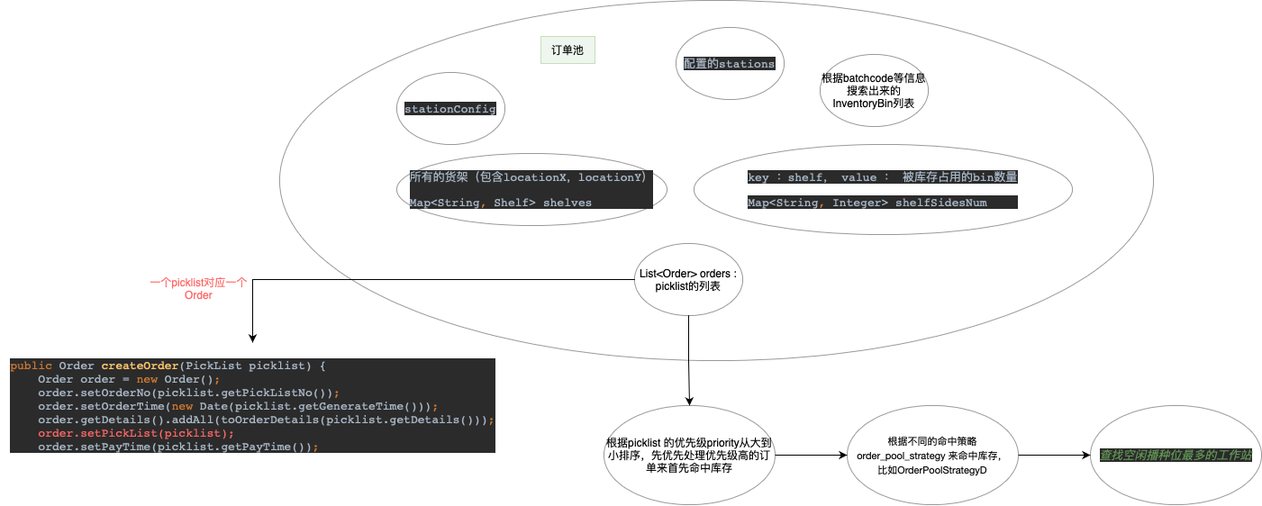
Earlier version of the draw.io export 订单池-命中库存.drawio.png (cong666/flow-chart). Source tidied: cells renumbered, new cells last; positions are measured from the earlier drawing's top-left corner, leaving out a move shared by most shapes.
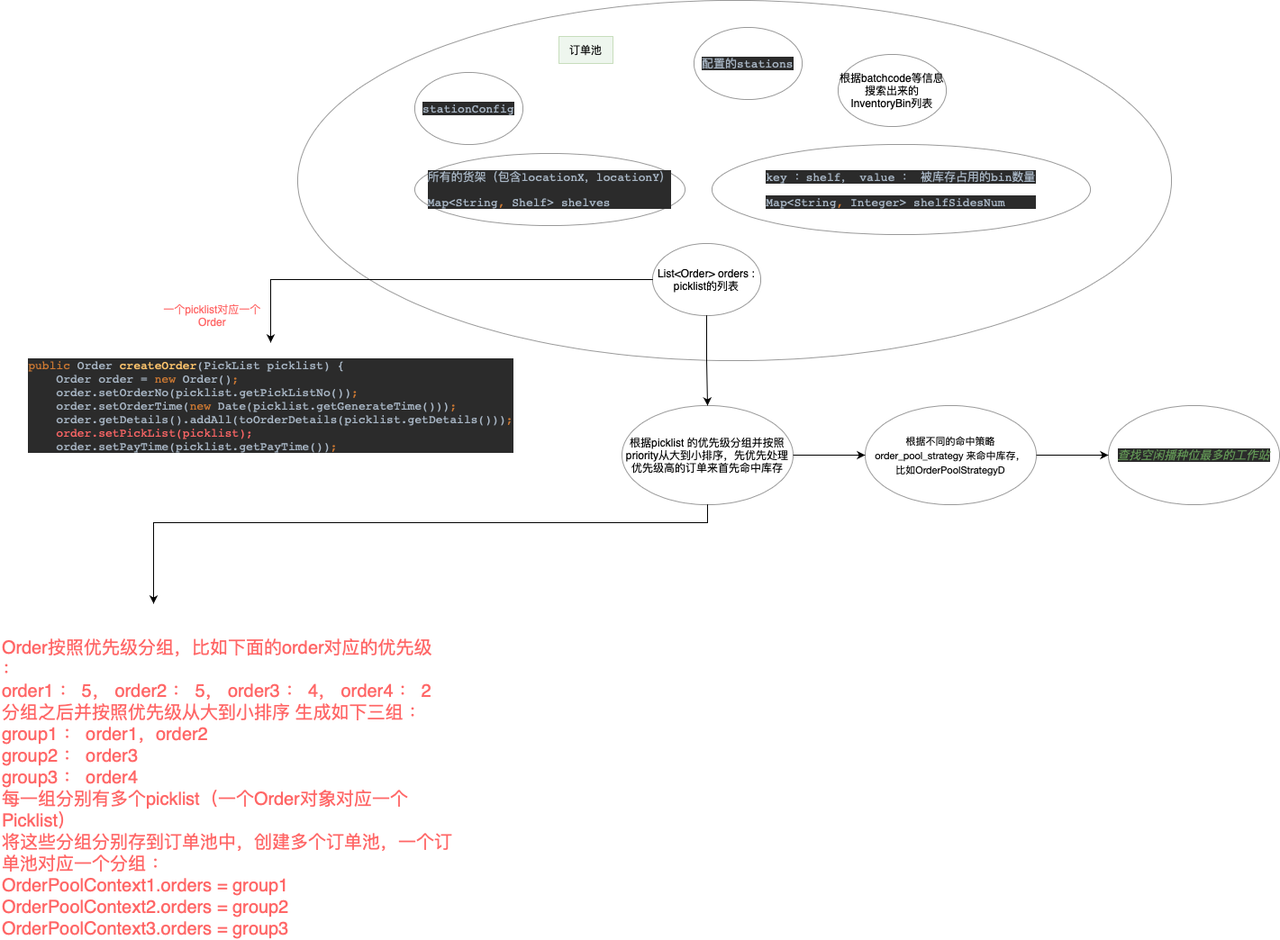
Later version of the same file.

Commit message:
更新订单池-命中库存.drawio.png

What changed in the source:
```diff
@@ -35,7 +35,16 @@
     <mxCell id="12" style="edgeStyle=orthogonalEdgeStyle;rounded=0;jettySize=auto;html=1;" parent="1" edge="1" source="13" target="15">
       <mxGeometry relative="1" as="geometry" />
     </mxCell>
+    <mxCell id="19" style="edgeStyle=orthogonalEdgeStyle;rounded=0;jettySize=auto;html=1;fontColor=#FF6666;" parent="1" edge="1" source="13">
+      <mxGeometry relative="1" as="geometry">
+        <mxPoint x="150" y="670" as="targetPoint" />
+        <Array as="points">
+          <mxPoint x="765" y="580" />
+          <mxPoint x="150" y="580" />
+        </Array>
+      </mxGeometry>
+    </mxCell>
-    <mxCell id="13" value="根据picklist 的优先级priority从大到小排序，先优先处理优先级高的订单来首先命中库存" style="ellipse;whiteSpace=wrap;html=1;opacity=40;" parent="1" vertex="1">
+    <mxCell id="13" value="根据picklist 的优先级分组并按照priority从大到小排序，先优先处理优先级高的订单来首先命中库存" style="ellipse;whiteSpace=wrap;html=1;opacity=40;" parent="1" vertex="1">
       <mxGeometry x="670" y="450" width="190" height="110" as="geometry" />
     </mxCell>
     <mxCell id="14" style="edgeStyle=orthogonalEdgeStyle;rounded=0;jettySize=auto;html=1;" parent="1" edge="1" source="15" target="16">
@@ -51,7 +60,10 @@
       <mxGeometry y="380" width="560" height="140" as="geometry" />
     </mxCell>
     <mxCell id="18" value="一个picklist对应一个&lt;br&gt;Order" style="text;html=1;align=center;verticalAlign=middle;strokeColor=none;fillColor=none;fontColor=#FF6666;" parent="1" vertex="1">
-      <mxGeometry x="155" y="300" width="130" height="40" as="geometry" />
+      <mxGeometry x="150" y="330" width="130" height="40" as="geometry" />
     </mxCell>
+    <mxCell id="20" value="&lt;font style=&quot;font-size: 20px;&quot;&gt;Order按照优先级分组，比如下面的order对应的优先级 ：&amp;nbsp;&lt;br&gt;order1 ： 5， order2 ： 5， order3 ： 4， order4 ： 2&lt;br&gt;分组之后并按照优先级从大到小排序 生成如下三组 ：&amp;nbsp;&lt;br&gt;group1 ： order1，order2&lt;br&gt;group2 ： order3&lt;br&gt;group3 ： order4&lt;br&gt;每一组分别有多个picklist（一个Order对象对应一个Picklist）&lt;br&gt;将这些分组分别存到订单池中，创建多个订单池，一个订单池对应一个分组 ：&amp;nbsp;&lt;br&gt;OrderPoolContext1.orders = group1&lt;br&gt;OrderPoolContext2.orders = group2&lt;br&gt;OrderPoolContext3.orders = group3&lt;br&gt;&lt;/font&gt;" style="text;html=1;strokeColor=none;fillColor=none;align=left;verticalAlign=middle;whiteSpace=wrap;rounded=0;fontColor=#FF6666;" parent="1" vertex="1">
+      <mxGeometry x="-20" y="860" width="510" height="30" as="geometry" />
+    </mxCell>
   </root>
 </mxGraphModel>
```
